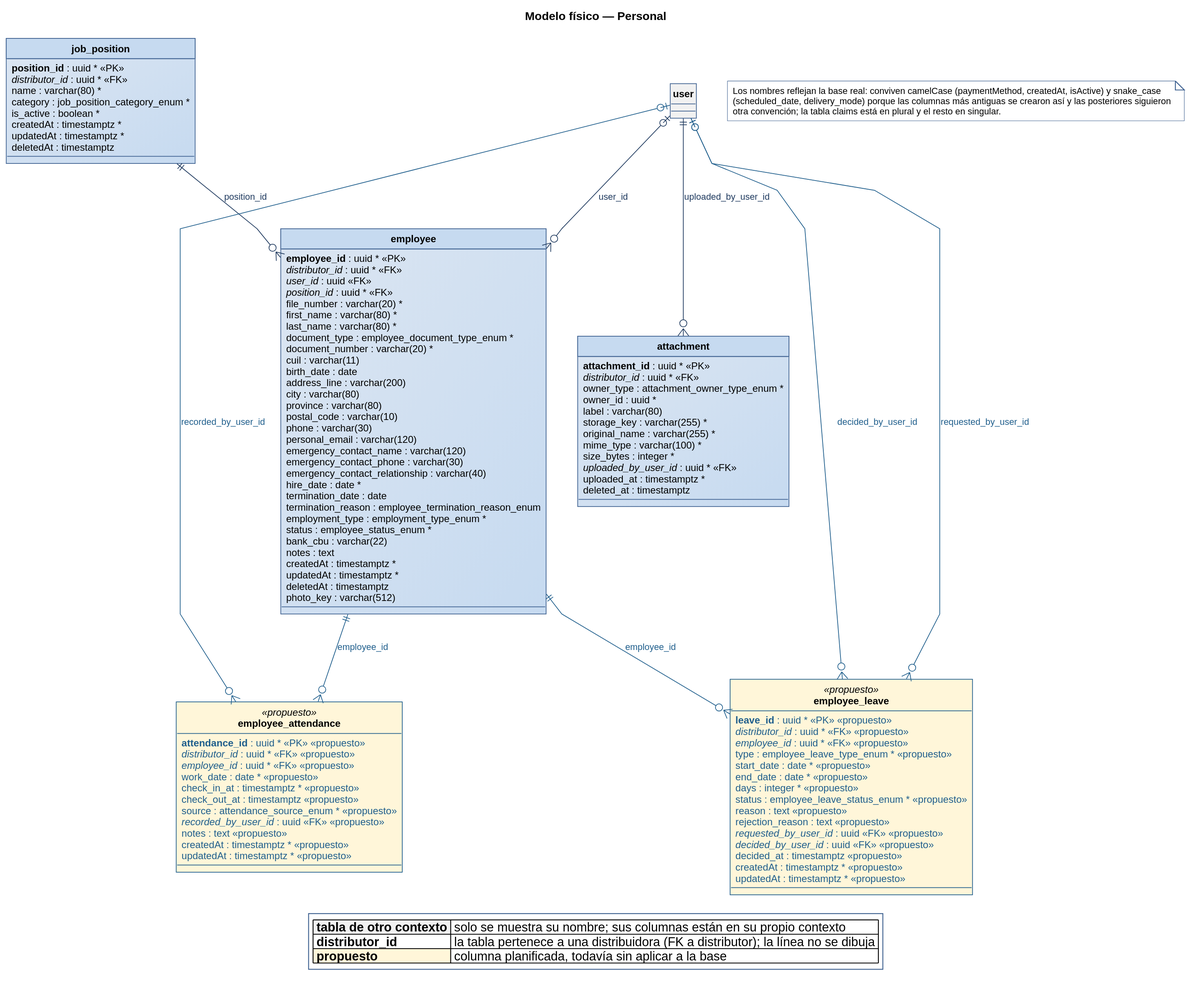
Above: diagramas/base-de-datos/fisico/SPLG-fisico-09-personal.svg in Nahuelito-Dev/splg-docs (PlantUML), before the change.
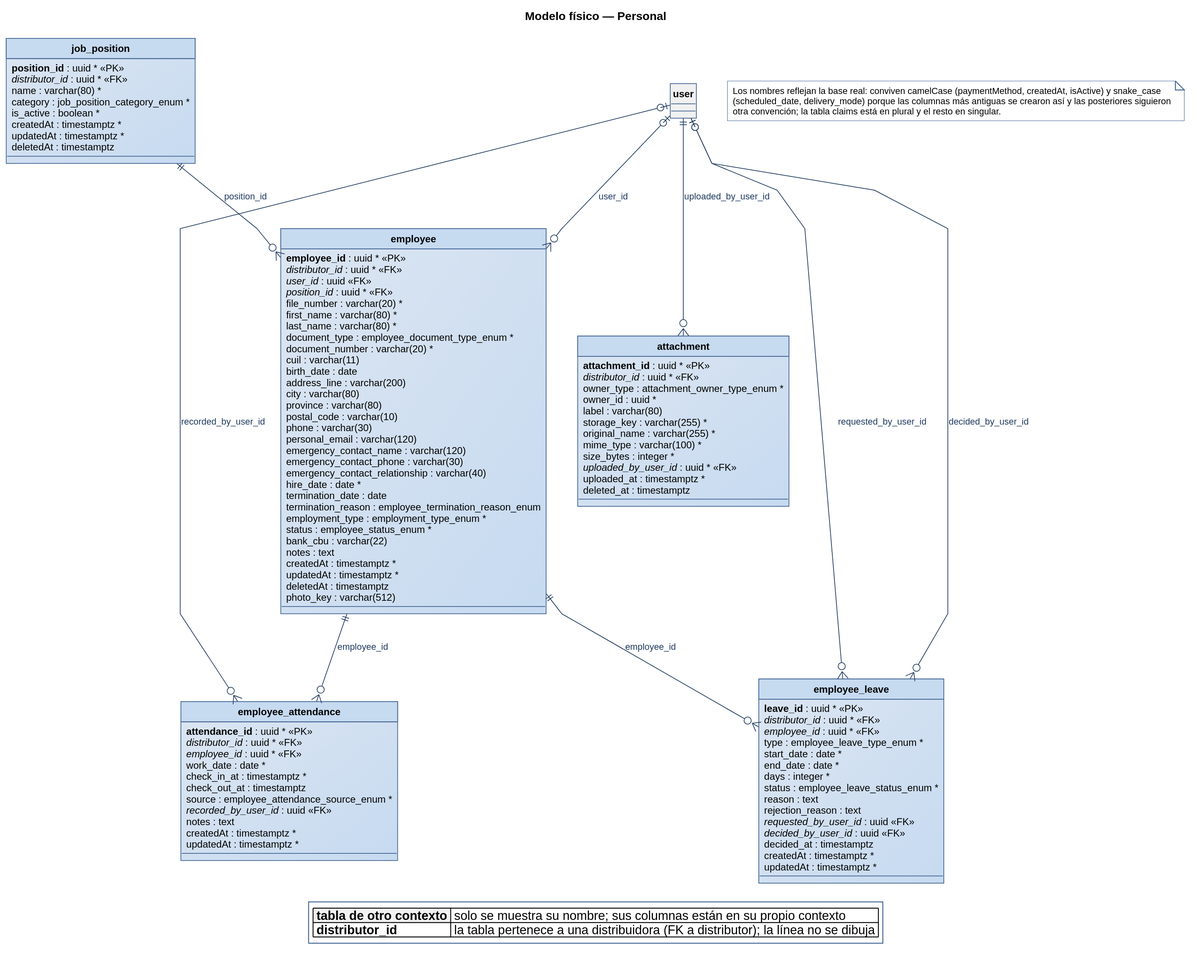
Above is the later version.

Diff of the diagram source:
```diff
@@ -75,35 +75,35 @@
   {field} deletedAt : timestamptz
   {field} photo_key : varchar(512)
 }
-entity "employee_attendance" as e_employee_attendance <<propuesto>> {
-  {field} <color:#1F5E8C>**attendance_id** : uuid * <<PK>> <<propuesto>></color>
-  {field} <color:#1F5E8C>//distributor_id// : uuid * <<FK>> <<propuesto>></color>
-  {field} <color:#1F5E8C>//employee_id// : uuid * <<FK>> <<propuesto>></color>
-  {field} <color:#1F5E8C>work_date : date * <<propuesto>></color>
-  {field} <color:#1F5E8C>check_in_at : timestamptz * <<propuesto>></color>
-  {field} <color:#1F5E8C>check_out_at : timestamptz <<propuesto>></color>
-  {field} <color:#1F5E8C>source : attendance_source_enum * <<propuesto>></color>
-  {field} <color:#1F5E8C>//recorded_by_user_id// : uuid <<FK>> <<propuesto>></color>
-  {field} <color:#1F5E8C>notes : text <<propuesto>></color>
-  {field} <color:#1F5E8C>createdAt : timestamptz * <<propuesto>></color>
-  {field} <color:#1F5E8C>updatedAt : timestamptz * <<propuesto>></color>
+entity "employee_attendance" as e_employee_attendance {
+  {field} **attendance_id** : uuid * <<PK>>
+  {field} //distributor_id// : uuid * <<FK>>
+  {field} //employee_id// : uuid * <<FK>>
+  {field} work_date : date *
+  {field} check_in_at : timestamptz *
+  {field} check_out_at : timestamptz
+  {field} source : employee_attendance_source_enum *
+  {field} //recorded_by_user_id// : uuid <<FK>>
+  {field} notes : text
+  {field} createdAt : timestamptz *
+  {field} updatedAt : timestamptz *
 }
-entity "employee_leave" as e_employee_leave <<propuesto>> {
-  {field} <color:#1F5E8C>**leave_id** : uuid * <<PK>> <<propuesto>></color>
-  {field} <color:#1F5E8C>//distributor_id// : uuid * <<FK>> <<propuesto>></color>
-  {field} <color:#1F5E8C>//employee_id// : uuid * <<FK>> <<propuesto>></color>
-  {field} <color:#1F5E8C>type : employee_leave_type_enum * <<propuesto>></color>
-  {field} <color:#1F5E8C>start_date : date * <<propuesto>></color>
-  {field} <color:#1F5E8C>end_date : date * <<propuesto>></color>
-  {field} <color:#1F5E8C>days : integer * <<propuesto>></color>
-  {field} <color:#1F5E8C>status : employee_leave_status_enum * <<propuesto>></color>
-  {field} <color:#1F5E8C>reason : text <<propuesto>></color>
-  {field} <color:#1F5E8C>rejection_reason : text <<propuesto>></color>
-  {field} <color:#1F5E8C>//requested_by_user_id// : uuid <<FK>> <<propuesto>></color>
-  {field} <color:#1F5E8C>//decided_by_user_id// : uuid <<FK>> <<propuesto>></color>
-  {field} <color:#1F5E8C>decided_at : timestamptz <<propuesto>></color>
-  {field} <color:#1F5E8C>createdAt : timestamptz * <<propuesto>></color>
-  {field} <color:#1F5E8C>updatedAt : timestamptz * <<propuesto>></color>
+entity "employee_leave" as e_employee_leave {
+  {field} **leave_id** : uuid * <<PK>>
+  {field} //distributor_id// : uuid * <<FK>>
+  {field} //employee_id// : uuid * <<FK>>
+  {field} type : employee_leave_type_enum *
+  {field} start_date : date *
+  {field} end_date : date *
+  {field} days : integer *
+  {field} status : employee_leave_status_enum *
+  {field} reason : text
+  {field} rejection_reason : text
+  {field} //requested_by_user_id// : uuid <<FK>>
+  {field} //decided_by_user_id// : uuid <<FK>>
+  {field} decided_at : timestamptz
+  {field} createdAt : timestamptz *
+  {field} updatedAt : timestamptz *
 }
 entity "user" as e_user #F1F1F1 {
 }
@@ -111,16 +111,15 @@
 e_user ||--o{ e_attachment : uploaded_by_user_id
 e_job_position ||--o{ e_employee : position_id
 e_user |o--o{ e_employee : user_id
-e_employee ||--o{ e_employee_attendance #line:1F5E8C;text:1F5E8C : employee_id
-e_user |o--o{ e_employee_attendance #line:1F5E8C;text:1F5E8C : recorded_by_user_id
-e_employee ||--o{ e_employee_leave #line:1F5E8C;text:1F5E8C : employee_id
-e_user |o--o{ e_employee_leave #line:1F5E8C;text:1F5E8C : requested_by_user_id
-e_user |o--o{ e_employee_leave #line:1F5E8C;text:1F5E8C : decided_by_user_id
+e_employee ||--o{ e_employee_attendance : employee_id
+e_user |o--o{ e_employee_attendance : recorded_by_user_id
+e_user |o--o{ e_employee_leave : decided_by_user_id
+e_employee ||--o{ e_employee_leave : employee_id
+e_user |o--o{ e_employee_leave : requested_by_user_id
 
 legend bottom
 |<#F1F1F1> **tabla de otro contexto** | solo se muestra su nombre; sus columnas están en su propio contexto |
 |<#FFFFFF> **distributor_id** | la tabla pertenece a una distribuidora (FK a distributor); la línea no se dibuja |
-|<#FFF6D9> **propuesto** | columna planificada, todavía sin aplicar a la base |
 endlegend
 note as N
   Los nombres reflejan la base real: conviven camelCase (paymentMethod, createdAt, isActive) y snake_case
```
